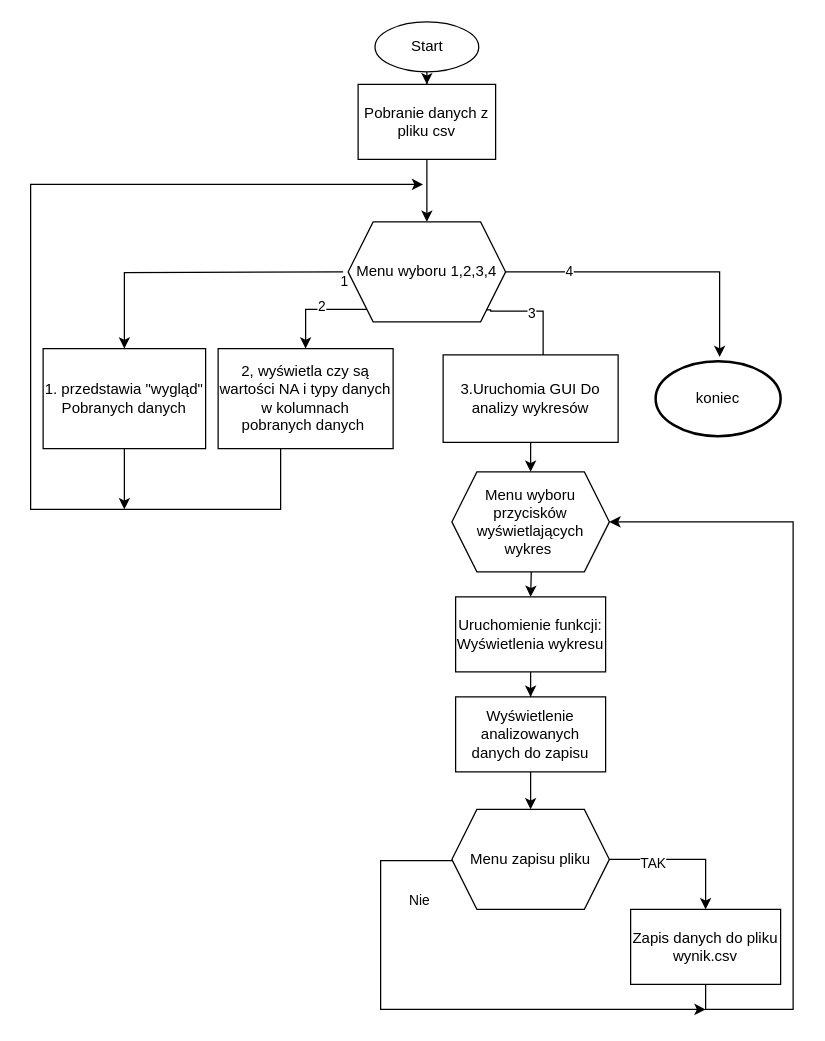
Before: ProjProgPyth/crashProj/Proj .drawio in w67254Hubert/ProgPython, a draw.io diagram. Source tidied: cells renumbered, new cells numbered last; positions are measured from the earlier drawing's top-left corner, leaving out a move shared by most shapes. Both pictures are drawn from the tidied source at 125%, with x=0, y=0 at pixel (30, 21).
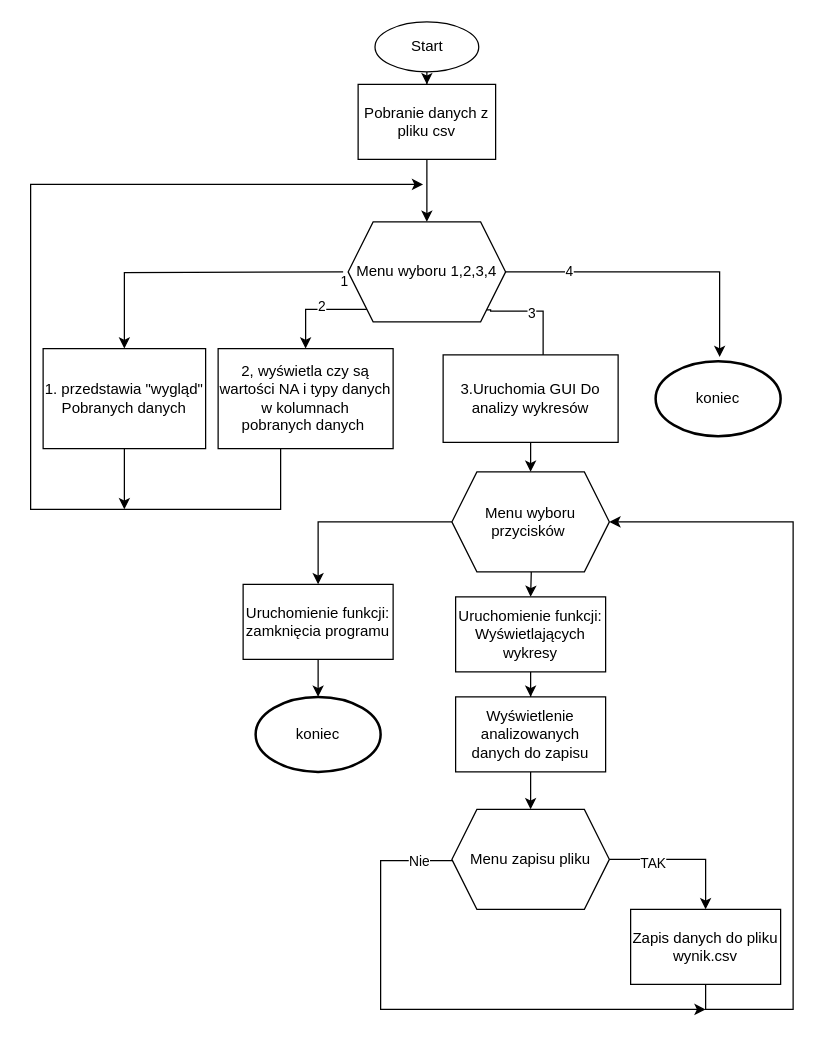
The same page after the edit.

The change refers to these unchanged cells:
```xml
<mxCell id="26" style="edgeStyle=orthogonalEdgeStyle;rounded=0;orthogonalLoop=1;jettySize=auto;html=1;" parent="1" edge="1">
  <mxGeometry relative="1" as="geometry">
    <mxPoint x="377" y="670" as="sourcePoint" />
    <mxPoint x="540" y="790" as="targetPoint" />
    <Array as="points">
      <mxPoint x="280" y="671" />
      <mxPoint x="280" y="790" />
    </Array>
  </mxGeometry>
</mxCell>
```

Change to the diagram source:
```diff
@@
+    <mxCell id="35" style="edgeStyle=orthogonalEdgeStyle;rounded=0;jettySize=auto;html=1;entryX=0.5;entryY=0;entryDx=0;entryDy=0;" parent="1" edge="1" source="23" target="37">
+      <mxGeometry relative="1" as="geometry" />
+    </mxCell>
-    <mxCell id="23" value="Menu wyboru przycisków wyświetlających wykres&amp;nbsp;" style="shape=hexagon;perimeter=hexagonPerimeter2;whiteSpace=wrap;html=1;fixedSize=1;" parent="1" vertex="1">
+    <mxCell id="23" value="Menu wyboru przycisków&amp;nbsp;" style="shape=hexagon;perimeter=hexagonPerimeter2;whiteSpace=wrap;html=1;fixedSize=1;" parent="1" vertex="1">
       <mxGeometry x="337" y="360" width="126" height="80" as="geometry" />
     </mxCell>
@@
-    <mxCell id="25" value="Uruchomienie funkcji:&lt;div&gt;Wyświetlenia wykresu&lt;/div&gt;" style="rounded=0;whiteSpace=wrap;html=1;" parent="1" vertex="1">
+    <mxCell id="25" value="Uruchomienie funkcji:&lt;div&gt;Wyświetlających wykresy&lt;/div&gt;" style="rounded=0;whiteSpace=wrap;html=1;" parent="1" vertex="1">
       <mxGeometry x="340" y="460" width="120" height="60" as="geometry" />
     </mxCell>
@@
     <mxCell id="27" value="Nie" style="edgeLabel;html=1;align=center;verticalAlign=middle;" parent="26" vertex="1">
       <mxGeometry x="-0.3" y="2" relative="1" as="geometry">
-        <mxPoint x="28" y="-38" as="offset" />
+        <mxPoint x="28" y="-69" as="offset" />
       </mxGeometry>
     </mxCell>
@@
+    <mxCell id="36" style="edgeStyle=orthogonalEdgeStyle;rounded=0;jettySize=auto;html=1;" parent="1" edge="1" source="37" target="38">
+      <mxGeometry relative="1" as="geometry" />
+    </mxCell>
+    <mxCell id="37" value="Uruchomienie funkcji:&lt;div&gt;zamknięcia programu&lt;/div&gt;" style="rounded=0;whiteSpace=wrap;html=1;" parent="1" vertex="1">
+      <mxGeometry x="170" y="450" width="120" height="60" as="geometry" />
+    </mxCell>
+    <mxCell id="38" value="koniec" style="strokeWidth=2;html=1;shape=mxgraph.flowchart.start_1;whiteSpace=wrap;" parent="1" vertex="1">
+      <mxGeometry x="180" y="540" width="100" height="60" as="geometry" />
+    </mxCell>
```
